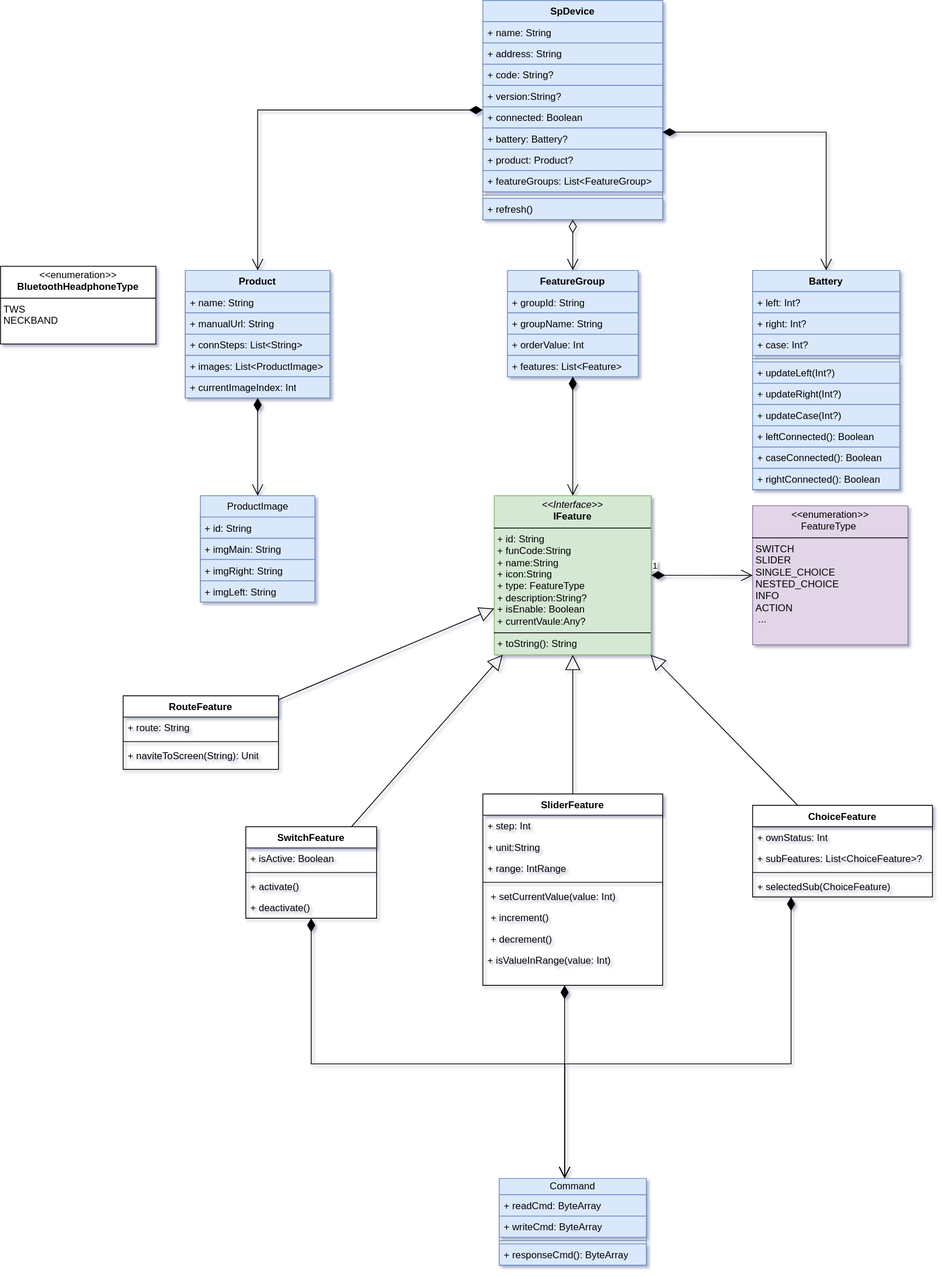
Earlier version of the draw.io export sp-device.drawio.svg (kekemao00/draw-libs). Source tidied: cells renumbered, new cells last; positions are measured from the earlier drawing's top-left corner, leaving out a move shared by most shapes.
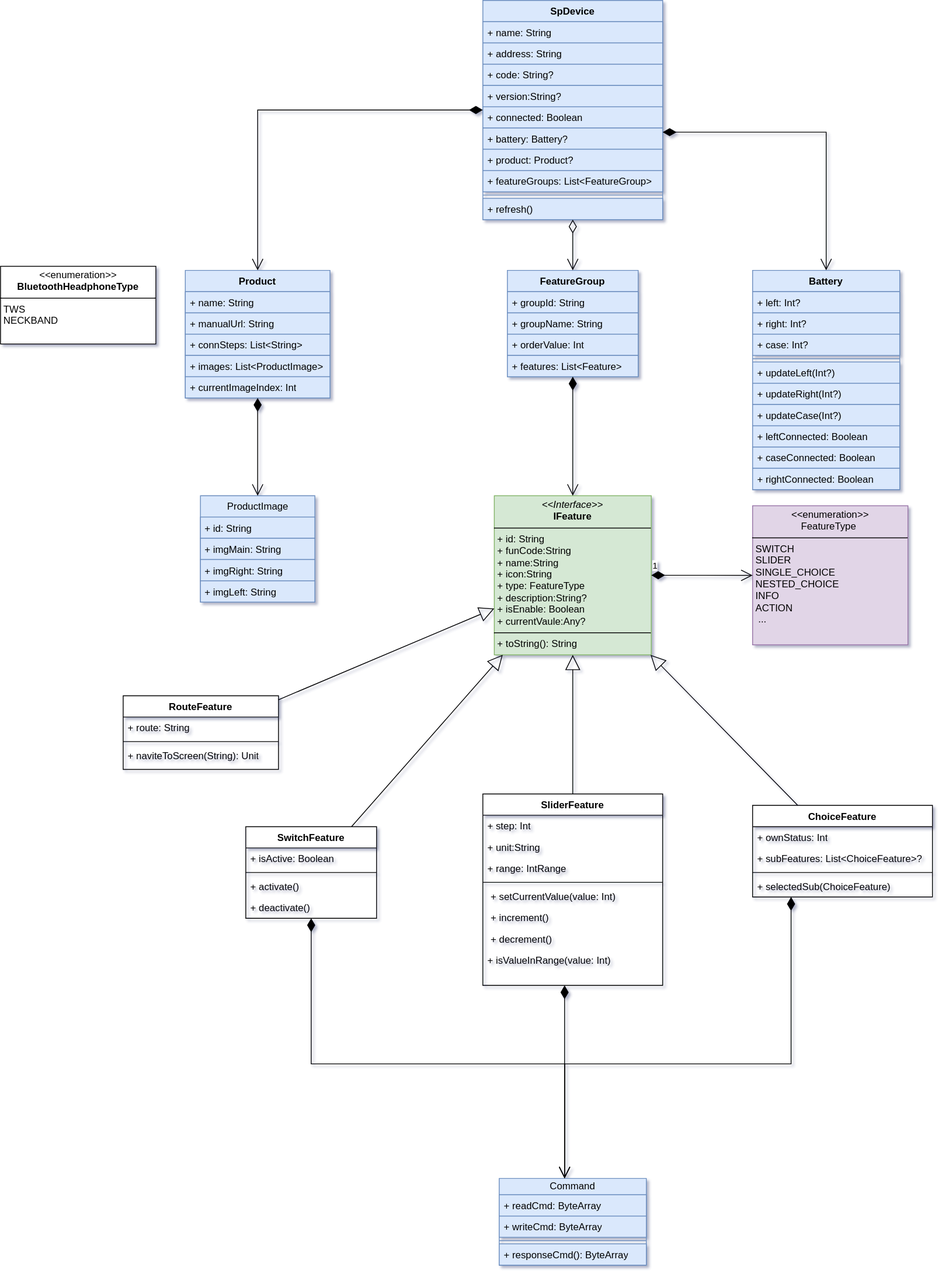
After the change.

The edit, as a diff of the source:
```diff
@@ -59,13 +59,13 @@
     <mxCell id="20" value="+ updateCase(Int?)" style="text;strokeColor=#6c8ebf;fillColor=#dae8fc;align=left;verticalAlign=top;spacingLeft=4;spacingRight=4;overflow=hidden;whiteSpace=wrap;html=1;" parent="13" vertex="1">
       <mxGeometry y="164" width="180" height="26" as="geometry" />
     </mxCell>
-    <mxCell id="21" value="+ leftConnected(): Boolean" style="text;strokeColor=#6c8ebf;fillColor=#dae8fc;align=left;verticalAlign=top;spacingLeft=4;spacingRight=4;overflow=hidden;whiteSpace=wrap;html=1;" parent="13" vertex="1">
+    <mxCell id="21" value="+ leftConnected: Boolean" style="text;strokeColor=#6c8ebf;fillColor=#dae8fc;align=left;verticalAlign=top;spacingLeft=4;spacingRight=4;overflow=hidden;whiteSpace=wrap;html=1;" parent="13" vertex="1">
       <mxGeometry y="190" width="180" height="26" as="geometry" />
     </mxCell>
-    <mxCell id="22" value="+ caseConnected(): Boolean" style="text;strokeColor=#6c8ebf;fillColor=#dae8fc;align=left;verticalAlign=top;spacingLeft=4;spacingRight=4;overflow=hidden;whiteSpace=wrap;html=1;" parent="13" vertex="1">
+    <mxCell id="22" value="+ caseConnected: Boolean" style="text;strokeColor=#6c8ebf;fillColor=#dae8fc;align=left;verticalAlign=top;spacingLeft=4;spacingRight=4;overflow=hidden;whiteSpace=wrap;html=1;" parent="13" vertex="1">
       <mxGeometry y="216" width="180" height="26" as="geometry" />
     </mxCell>
-    <mxCell id="23" value="+ rightConnected(): Boolean" style="text;strokeColor=#6c8ebf;fillColor=#dae8fc;align=left;verticalAlign=top;spacingLeft=4;spacingRight=4;overflow=hidden;whiteSpace=wrap;html=1;" parent="13" vertex="1">
+    <mxCell id="23" value="+ rightConnected: Boolean" style="text;strokeColor=#6c8ebf;fillColor=#dae8fc;align=left;verticalAlign=top;spacingLeft=4;spacingRight=4;overflow=hidden;whiteSpace=wrap;html=1;" parent="13" vertex="1">
       <mxGeometry y="242" width="180" height="26" as="geometry" />
     </mxCell>
     <mxCell id="24" value="Product" style="swimlane;fontStyle=1;align=center;verticalAlign=top;horizontal=1;startSize=26;whiteSpace=wrap;html=1;labelBackgroundColor=none;rounded=0;fillColor=#dae8fc;strokeColor=#6c8ebf;" parent="1" vertex="1">
```
